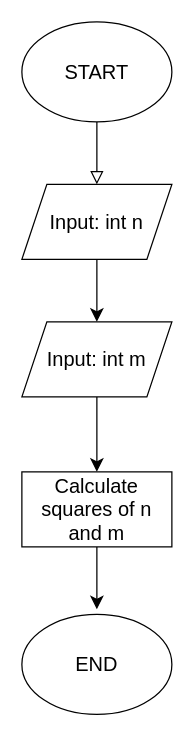
Earlier version of the draw.io diagram Untitled Diagram.drawio (delanyoyoko/flowcharts). Source tidied: cells renumbered, new cells numbered last; positions are measured from the earlier drawing's top-left corner, leaving out a move shared by most shapes. Both pictures are drawn from the tidied source at 125%, with x=0, y=0 at pixel (21, 21).
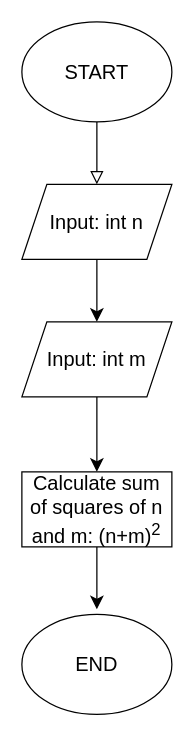
After the change.

Commit message:
sum of squares of numbers

What changed in the source:
```diff
@@
 <mxGraphModel>
   <root>
     <mxCell id="0" />
     <mxCell id="1" parent="0" />
     <mxCell id="2" style="rounded=0;html=1;jettySize=auto;orthogonalLoop=1;fontSize=11;endArrow=block;endFill=0;endSize=8;strokeWidth=1;shadow=0;labelBackgroundColor=none;edgeStyle=orthogonalEdgeStyle;" parent="1" edge="1">
       <mxGeometry relative="1" as="geometry">
         <mxPoint x="60" y="80" as="sourcePoint" />
         <mxPoint x="60" y="130" as="targetPoint" />
       </mxGeometry>
     </mxCell>
     <mxCell id="3" value="START" style="ellipse;whiteSpace=wrap;html=1;fontSize=16;" parent="1" vertex="1">
       <mxGeometry width="120" height="80" as="geometry" />
     </mxCell>
     <mxCell id="4" style="edgeStyle=none;curved=1;rounded=0;jettySize=auto;html=1;fontSize=12;startSize=8;endSize=8;" parent="1" edge="1" source="5">
       <mxGeometry relative="1" as="geometry">
         <mxPoint x="60" y="240" as="targetPoint" />
       </mxGeometry>
     </mxCell>
     <mxCell id="5" value="Input: int n" style="shape=parallelogram;perimeter=parallelogramPerimeter;whiteSpace=wrap;html=1;fixedSize=1;fontSize=16;" parent="1" vertex="1">
       <mxGeometry y="130" width="120" height="60" as="geometry" />
     </mxCell>
     <mxCell id="6" style="edgeStyle=none;curved=1;rounded=0;jettySize=auto;html=1;fontSize=12;startSize=8;endSize=8;" parent="1" edge="1" source="7">
       <mxGeometry relative="1" as="geometry">
         <mxPoint x="60" y="360" as="targetPoint" />
       </mxGeometry>
     </mxCell>
     <mxCell id="7" value="Input: int m" style="shape=parallelogram;perimeter=parallelogramPerimeter;whiteSpace=wrap;html=1;fixedSize=1;fontSize=16;" parent="1" vertex="1">
       <mxGeometry y="240" width="120" height="60" as="geometry" />
     </mxCell>
     <mxCell id="8" style="edgeStyle=none;curved=1;rounded=0;jettySize=auto;html=1;fontSize=12;startSize=8;endSize=8;" parent="1" edge="1" source="9">
       <mxGeometry relative="1" as="geometry">
         <mxPoint x="60" y="470" as="targetPoint" />
       </mxGeometry>
     </mxCell>
-    <mxCell id="9" value="Calculate squares of n and m" style="rounded=0;whiteSpace=wrap;html=1;fontSize=16;" parent="1" vertex="1">
+    <mxCell id="9" value="&lt;div style=&quot;&quot;&gt;&lt;span style=&quot;background-color: initial;&quot;&gt;Calculate sum of squares of n and m: (n+m)&lt;sup&gt;2&lt;/sup&gt;&lt;/span&gt;&lt;/div&gt;" style="rounded=0;whiteSpace=wrap;html=1;fontSize=16;align=center;" parent="1" vertex="1">
       <mxGeometry y="360" width="120" height="60" as="geometry" />
     </mxCell>
     <mxCell id="10" value="END" style="ellipse;whiteSpace=wrap;html=1;fontSize=16;" parent="1" vertex="1">
       <mxGeometry y="474" width="120" height="80" as="geometry" />
     </mxCell>
   </root>
 </mxGraphModel>
```
